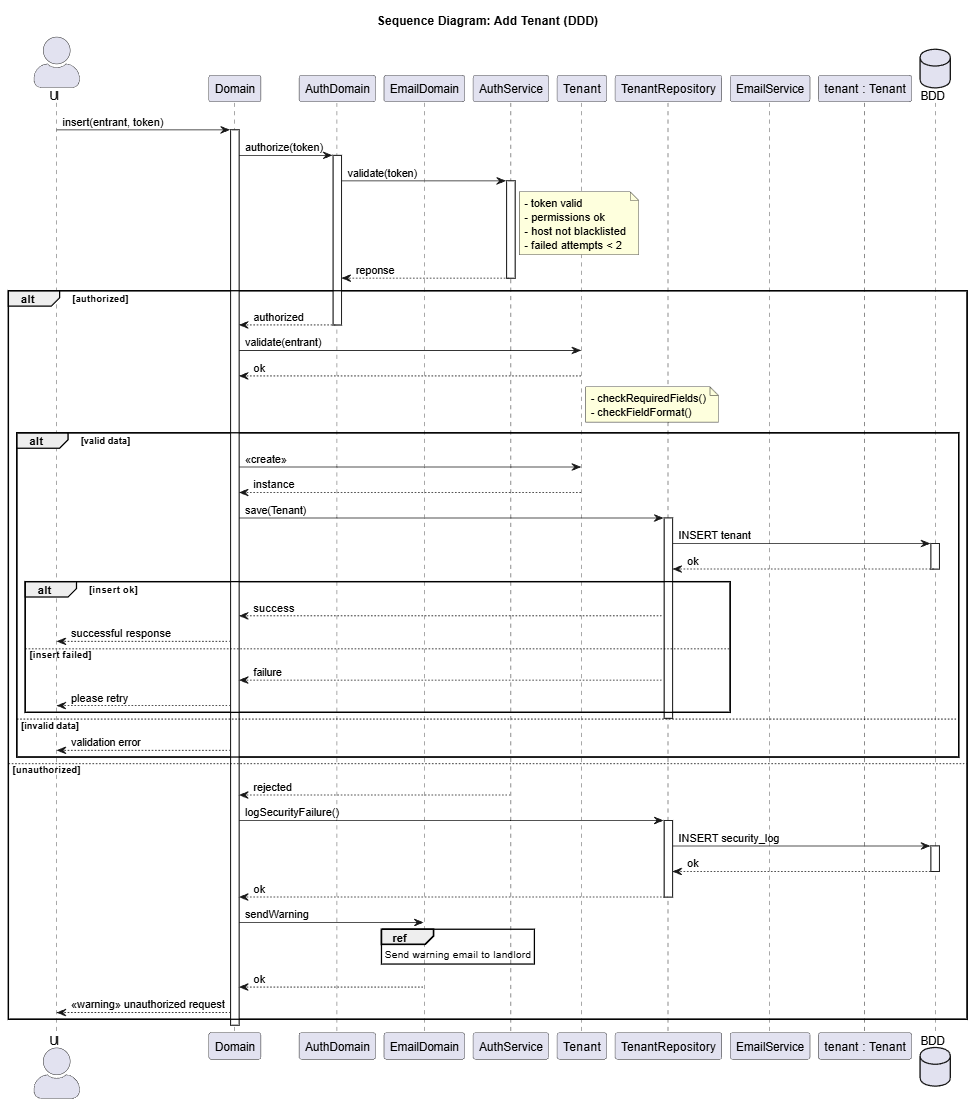
The PlantUML diagram modeling/tenants/sequences/images/add.png in SprigganTwelve/immo-flow, before a commit. Its source is kept beside it as modeling/tenants/sequences/add.puml.
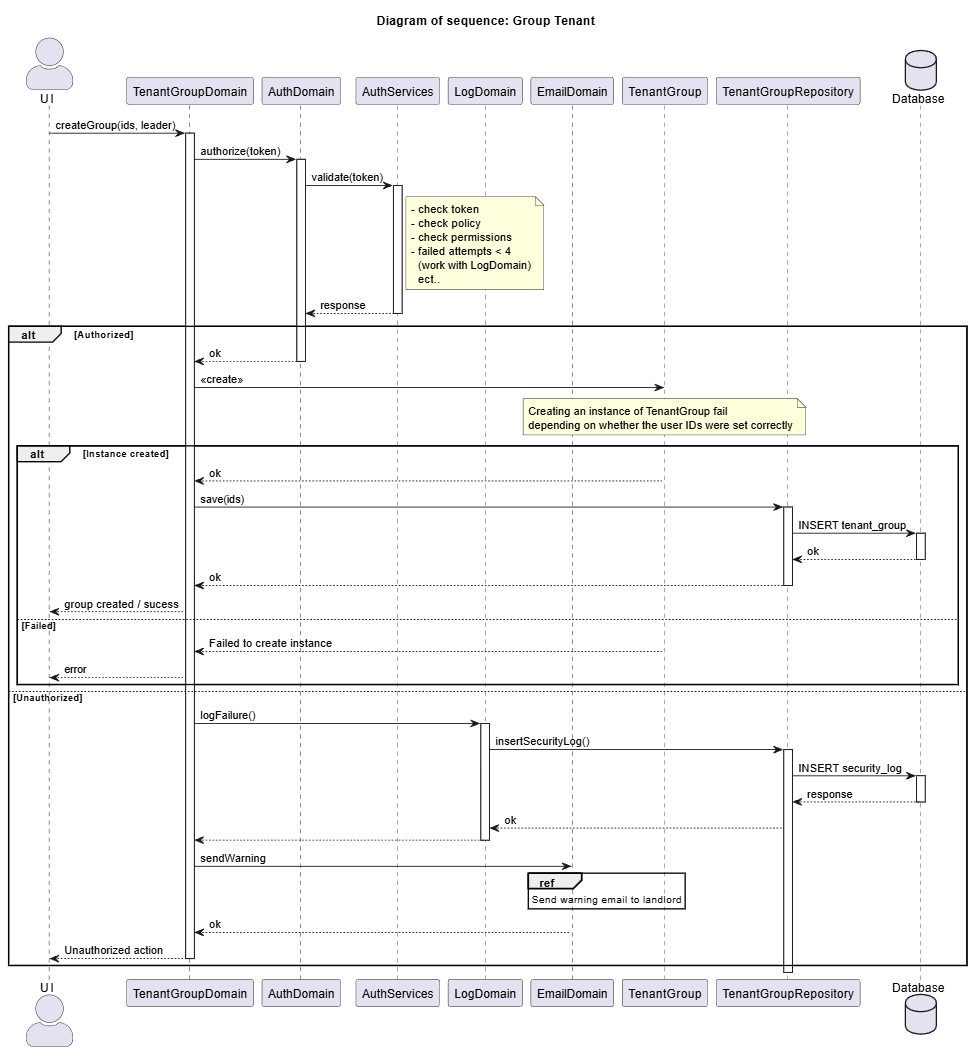
The same file after the commit.

What changed in the source:
```diff
@@ -6,6 +6,7 @@
 
 participant "TenantDomain" as Domain
 participant "AuthDomain" as AuthDomain
+participant "LogDomain" as SecurityLog
 participant "EmailDomain" as EmailDomain
 participant "AuthService" as Auth
 participant "Tenant" as TenantClass
@@ -19,6 +20,7 @@
 activate Domain
 
 
+
 Domain -> AuthDomain : authorize(token)
 activate AuthDomain
 
@@ -30,6 +32,8 @@
   - permissions ok
   - host not blacklisted
   - failed attempts < 2
+  (work with LogDomain)
+  ect...
 end note
 
 Auth --> AuthDomain : reponse
@@ -82,14 +86,20 @@
     Auth --> Domain : rejected
     deactivate Auth
 
-    Domain -> Repo : logSecurityFailure()
-    activate Repo
-    Repo -> DB : INSERT security_log
-    activate DB
-    DB --> Repo : ok
-    deactivate DB
-    Repo --> Domain: ok
-    deactivate Repo
+        Domain -> SecurityLog : logFailure()
+        activate SecurityLog
+
+        SecurityLog -> Repo : insertSecurityLog()
+        activate Repo
+
+        Repo -> DB : INSERT security_log
+        activate DB
+        DB --> Repo : response
+        deactivate DB
+
+        Repo --> SecurityLog : ok
+        SecurityLog --> Domain
+        deactivate SecurityLog
 
 
 
```
